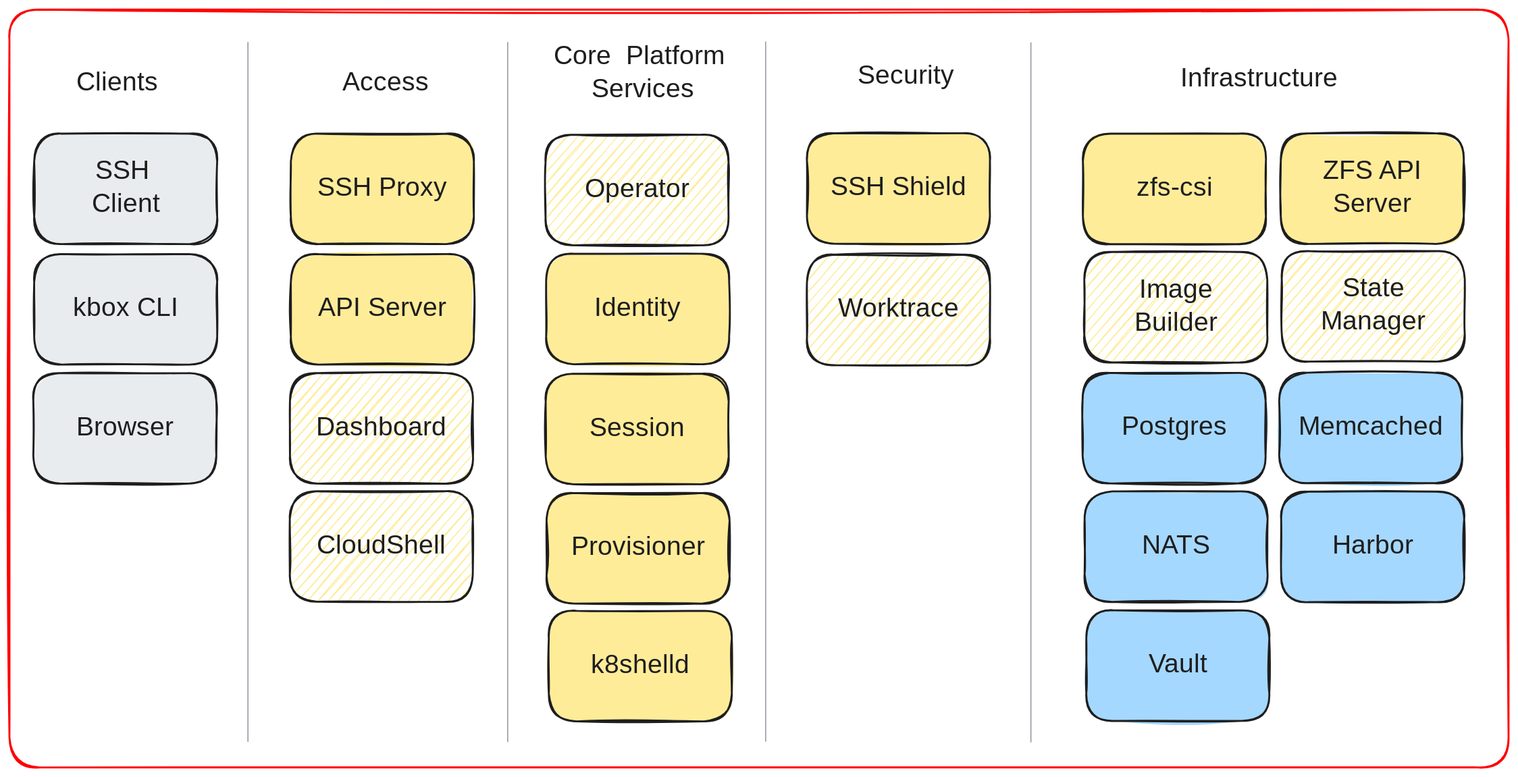
Earlier version of the Excalidraw export drawings/k8shell-architecture.excalidraw.svg (k8shell-io/docs). Source tidied: one line per element, renumbered; positions are measured from the earlier drawing's top-left corner, leaving out a move shared by most shapes.
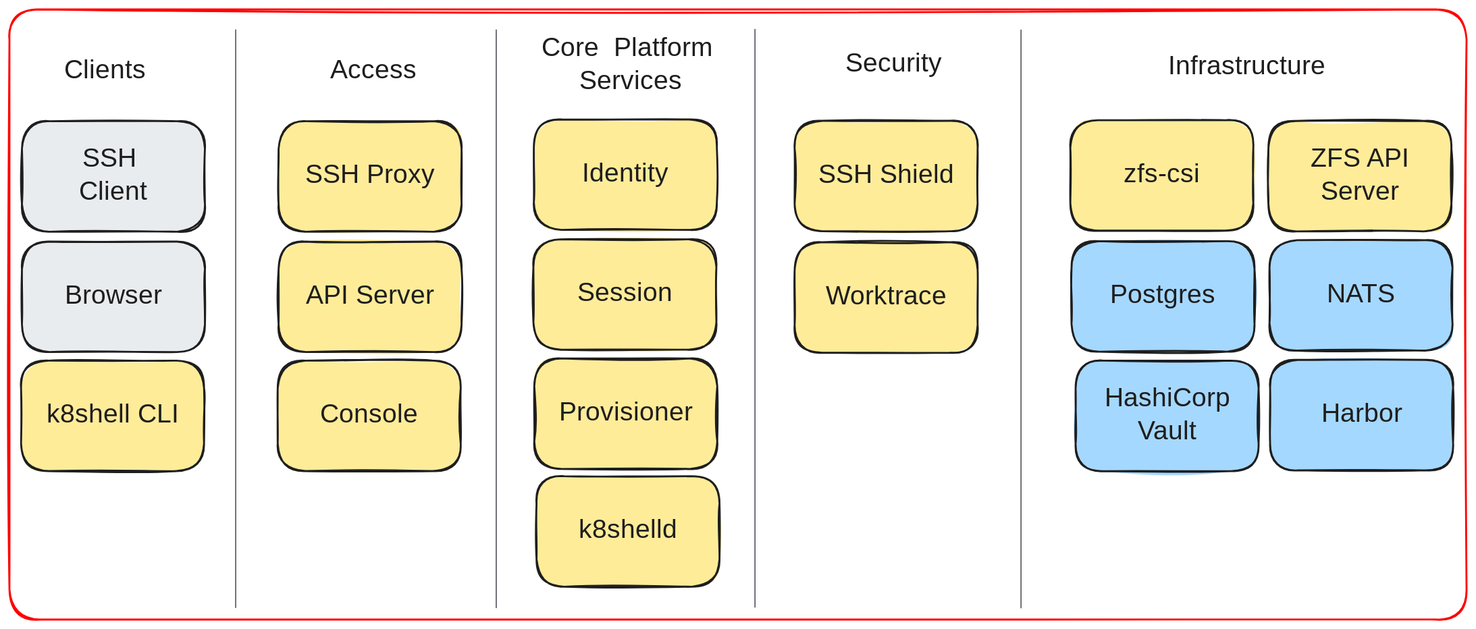
After the change.

Change to the diagram source:
```diff
@@ -1,56 +1,46 @@
-{"id": 0, "type": "rectangle", "strokeColor": "#1e1e1e", "backgroundColor": "#ffec99", "fillStyle": "hachure", "strokeWidth": 2, "roughness": 1, "round": true, "x": 297, "y": 385, "width": 194, "height": 117}
+{"id": 0, "type": "rectangle", "strokeColor": "#1e1e1e", "backgroundColor": "#ffec99", "fillStyle": "solid", "strokeWidth": 2, "roughness": 1, "round": true, "x": 297, "y": 385, "width": 194, "height": 117}
-{"id": 1, "type": "text", "text": "Dashboard", "strokeColor": "#1e1e1e", "strokeWidth": 2, "roughness": 1, "fontSize": 28, "fontFamily": 5, "textAlign": "center", "verticalAlign": "middle", "inside": 0, "x": 321, "y": 426, "width": 146, "height": 35}
+{"id": 1, "type": "text", "text": "Console", "strokeColor": "#1e1e1e", "strokeWidth": 2, "roughness": 1, "fontSize": 28, "fontFamily": 5, "textAlign": "center", "verticalAlign": "middle", "inside": 0, "x": 342, "y": 426, "width": 102, "height": 35}
-{"id": 2, "type": "rectangle", "strokeColor": "#1e1e1e", "backgroundColor": "#ffec99", "fillStyle": "solid", "strokeWidth": 2, "roughness": 1, "round": true, "x": 568, "y": 258, "width": 194, "height": 117}
+{"id": 2, "type": "rectangle", "strokeColor": "#1e1e1e", "backgroundColor": "#ffec99", "fillStyle": "solid", "strokeWidth": 2, "roughness": 1, "round": true, "x": 568, "y": 129, "width": 194, "height": 117}
-{"id": 3, "type": "text", "text": "Identity", "strokeColor": "#1e1e1e", "strokeWidth": 2, "roughness": 1, "fontSize": 28, "fontFamily": 5, "textAlign": "center", "verticalAlign": "middle", "inside": 2, "x": 607, "y": 299, "width": 115, "height": 35}
+{"id": 3, "type": "text", "text": "Identity", "strokeColor": "#1e1e1e", "strokeWidth": 2, "roughness": 1, "fontSize": 28, "fontFamily": 5, "textAlign": "center", "verticalAlign": "middle", "inside": 2, "x": 607, "y": 170, "width": 115, "height": 35}
 {"id": 4, "type": "rectangle", "strokeColor": "#1e1e1e", "backgroundColor": "#ffec99", "fillStyle": "solid", "strokeWidth": 2, "roughness": 1, "round": true, "x": 298, "y": 259, "width": 194, "height": 117}
 {"id": 5, "type": "text", "text": "API Server", "strokeColor": "#1e1e1e", "strokeWidth": 2, "roughness": 1, "fontSize": 28, "fontFamily": 5, "textAlign": "center", "verticalAlign": "middle", "inside": 4, "x": 319, "y": 300, "width": 150, "height": 35}
-{"id": 6, "type": "rectangle", "strokeColor": "#1e1e1e", "backgroundColor": "#ffec99", "fillStyle": "solid", "strokeWidth": 2, "roughness": 1, "round": true, "x": 568, "y": 512, "width": 194, "height": 117}
+{"id": 6, "type": "rectangle", "strokeColor": "#1e1e1e", "backgroundColor": "#ffec99", "fillStyle": "solid", "strokeWidth": 2, "roughness": 1, "round": true, "x": 568, "y": 382, "width": 194, "height": 117}
-{"id": 7, "type": "text", "text": "Provisioner", "strokeColor": "#1e1e1e", "strokeWidth": 2, "roughness": 1, "fontSize": 28, "fontFamily": 5, "textAlign": "center", "verticalAlign": "middle", "inside": 6, "x": 590, "y": 553, "width": 150, "height": 35}
+{"id": 7, "type": "text", "text": "Provisioner", "strokeColor": "#1e1e1e", "strokeWidth": 2, "roughness": 1, "fontSize": 28, "fontFamily": 5, "textAlign": "center", "verticalAlign": "middle", "inside": 6, "x": 590, "y": 423, "width": 150, "height": 35}
-{"id": 8, "type": "rectangle", "strokeColor": "#1e1e1e", "backgroundColor": "#ffec99", "fillStyle": "solid", "strokeWidth": 2, "roughness": 1, "round": true, "x": 567, "y": 385, "width": 194, "height": 117}
+{"id": 8, "type": "rectangle", "strokeColor": "#1e1e1e", "backgroundColor": "#ffec99", "fillStyle": "solid", "strokeWidth": 2, "roughness": 1, "round": true, "x": 567, "y": 256, "width": 194, "height": 117}
-{"id": 9, "type": "text", "text": "Session", "strokeColor": "#1e1e1e", "strokeWidth": 2, "roughness": 1, "fontSize": 28, "fontFamily": 5, "textAlign": "center", "verticalAlign": "middle", "inside": 8, "x": 614, "y": 426, "width": 101, "height": 35}
+{"id": 9, "type": "text", "text": "Session", "strokeColor": "#1e1e1e", "strokeWidth": 2, "roughness": 1, "fontSize": 28, "fontFamily": 5, "textAlign": "center", "verticalAlign": "middle", "inside": 8, "x": 614, "y": 297, "width": 101, "height": 35}
-{"id": 10, "type": "rectangle", "strokeColor": "#1e1e1e", "backgroundColor": "#ffec99", "fillStyle": "solid", "strokeWidth": 2, "roughness": 1, "round": true, "x": 1136, "y": 131, "width": 194, "height": 117}
+{"id": 10, "type": "rectangle", "strokeColor": "#1e1e1e", "backgroundColor": "#ffec99", "fillStyle": "solid", "strokeWidth": 2, "roughness": 1, "round": true, "x": 1135, "y": 130, "width": 194, "height": 117}
-{"id": 11, "type": "text", "text": "zfs-csi", "strokeColor": "#1e1e1e", "strokeWidth": 2, "roughness": 1, "fontSize": 28, "fontFamily": 5, "textAlign": "center", "verticalAlign": "middle", "inside": 10, "x": 1196, "y": 172, "width": 73, "height": 35}
+{"id": 11, "type": "text", "text": "zfs-csi", "strokeColor": "#1e1e1e", "strokeWidth": 2, "roughness": 1, "fontSize": 28, "fontFamily": 5, "textAlign": "center", "verticalAlign": "middle", "inside": 10, "x": 1196, "y": 171, "width": 73, "height": 35}
 {"id": 12, "type": "rectangle", "strokeColor": "#1e1e1e", "backgroundColor": "#ffec99", "fillStyle": "solid", "strokeWidth": 2, "roughness": 1, "round": true, "x": 1345, "y": 131, "width": 194, "height": 117}
 {"id": 13, "type": "text", "text": "ZFS API\nServer", "strokeColor": "#1e1e1e", "strokeWidth": 2, "roughness": 1, "fontSize": 28, "fontFamily": 5, "textAlign": "center", "verticalAlign": "middle", "inside": 12, "x": 1380, "y": 155, "width": 124, "height": 70}
-{"id": 14, "type": "rectangle", "strokeColor": "#1e1e1e", "backgroundColor": "#e9ecef", "fillStyle": "solid", "strokeWidth": 2, "roughness": 1, "round": true, "x": 25, "y": 385, "width": 194, "height": 117}
+{"id": 14, "type": "rectangle", "strokeColor": "#1e1e1e", "backgroundColor": "#ffec99", "fillStyle": "solid", "strokeWidth": 2, "roughness": 1, "round": true, "x": 25, "y": 385, "width": 194, "height": 117}
-{"id": 15, "type": "text", "text": "Browser", "strokeColor": "#1e1e1e", "strokeWidth": 2, "roughness": 1, "fontSize": 28, "fontFamily": 5, "textAlign": "center", "verticalAlign": "middle", "inside": 14, "x": 67, "y": 426, "width": 111, "height": 35}
+{"id": 15, "type": "text", "text": "k8shell CLI", "strokeColor": "#1e1e1e", "strokeWidth": 2, "roughness": 1, "fontSize": 28, "fontFamily": 5, "textAlign": "center", "verticalAlign": "middle", "inside": 14, "x": 47, "y": 426, "width": 151, "height": 35}
 {"id": 16, "type": "rectangle", "strokeColor": "#1e1e1e", "backgroundColor": "#e9ecef", "fillStyle": "solid", "strokeWidth": 2, "roughness": 1, "round": true, "x": 26, "y": 259, "width": 194, "height": 117}
-{"id": 17, "type": "text", "text": "kbox CLI", "strokeColor": "#1e1e1e", "strokeWidth": 2, "roughness": 1, "fontSize": 28, "fontFamily": 5, "textAlign": "center", "verticalAlign": "middle", "inside": 16, "x": 69, "y": 300, "width": 108, "height": 35}
+{"id": 17, "type": "text", "text": "Browser", "strokeColor": "#1e1e1e", "strokeWidth": 2, "roughness": 1, "fontSize": 28, "fontFamily": 5, "textAlign": "center", "verticalAlign": "middle", "inside": 16, "x": 68, "y": 300, "width": 111, "height": 35}
 {"id": 18, "type": "rectangle", "strokeColor": "#1e1e1e", "backgroundColor": "#ffec99", "fillStyle": "solid", "strokeWidth": 2, "roughness": 1, "round": true, "x": 298, "y": 131, "width": 194, "height": 117}
 {"id": 19, "type": "text", "text": "SSH Proxy", "strokeColor": "#1e1e1e", "strokeWidth": 2, "roughness": 1, "fontSize": 28, "fontFamily": 5, "textAlign": "center", "verticalAlign": "middle", "inside": 18, "x": 324, "y": 172, "width": 141, "height": 35}
 {"id": 20, "type": "rectangle", "strokeColor": "#1e1e1e", "backgroundColor": "#e9ecef", "fillStyle": "solid", "strokeWidth": 2, "roughness": 1, "round": true, "x": 26, "y": 131, "width": 194, "height": 117}
 {"id": 21, "type": "text", "text": "SSH \nClient", "strokeColor": "#1e1e1e", "strokeWidth": 2, "roughness": 1, "fontSize": 28, "fontFamily": 5, "textAlign": "center", "verticalAlign": "middle", "inside": 20, "x": 85, "y": 155, "width": 76, "height": 70}
-{"id": 22, "type": "rectangle", "strokeColor": "#1e1e1e", "backgroundColor": "#a5d8ff", "fillStyle": "solid", "strokeWidth": 2, "roughness": 1, "round": true, "x": 1343, "y": 384, "width": 194, "height": 117}
-{"id": 23, "type": "text", "text": "Memcached", "strokeColor": "#1e1e1e", "strokeWidth": 2, "roughness": 1, "fontSize": 28, "fontFamily": 5, "textAlign": "center", "verticalAlign": "middle", "inside": 22, "x": 1367, "y": 425, "width": 147, "height": 35}
-{"id": 24, "type": "rectangle", "strokeColor": "#1e1e1e", "backgroundColor": "#a5d8ff", "fillStyle": "solid", "strokeWidth": 2, "roughness": 1, "round": true, "x": 1138, "y": 510, "width": 194, "height": 117}
+{"id": 24, "type": "rectangle", "strokeColor": "#1e1e1e", "backgroundColor": "#a5d8ff", "fillStyle": "solid", "strokeWidth": 2, "roughness": 1, "round": true, "x": 1346, "y": 257, "width": 194, "height": 117}
-{"id": 25, "type": "text", "text": "NATS", "strokeColor": "#1e1e1e", "strokeWidth": 2, "roughness": 1, "fontSize": 28, "fontFamily": 5, "textAlign": "center", "verticalAlign": "middle", "inside": 24, "x": 1199, "y": 551, "width": 70, "height": 35}
+{"id": 25, "type": "text", "text": "NATS", "strokeColor": "#1e1e1e", "strokeWidth": 2, "roughness": 1, "fontSize": 28, "fontFamily": 5, "textAlign": "center", "verticalAlign": "middle", "inside": 24, "x": 1408, "y": 298, "width": 70, "height": 35}
-{"id": 26, "type": "rectangle", "strokeColor": "#1e1e1e", "backgroundColor": "#a5d8ff", "fillStyle": "solid", "strokeWidth": 2, "roughness": 1, "round": true, "x": 1135, "y": 384, "width": 194, "height": 117}
+{"id": 26, "type": "rectangle", "strokeColor": "#1e1e1e", "backgroundColor": "#a5d8ff", "fillStyle": "solid", "strokeWidth": 2, "roughness": 1, "round": true, "x": 1137, "y": 258, "width": 194, "height": 117}
-{"id": 27, "type": "text", "text": "Postgres", "strokeColor": "#1e1e1e", "strokeWidth": 2, "roughness": 1, "fontSize": 28, "fontFamily": 5, "textAlign": "center", "verticalAlign": "middle", "inside": 26, "x": 1171, "y": 425, "width": 123, "height": 35}
+{"id": 27, "type": "text", "text": "Postgres", "strokeColor": "#1e1e1e", "strokeWidth": 2, "roughness": 1, "fontSize": 28, "fontFamily": 5, "textAlign": "center", "verticalAlign": "middle", "inside": 26, "x": 1172, "y": 299, "width": 123, "height": 35}
 {"id": 28, "type": "rectangle", "strokeColor": "#1e1e1e", "backgroundColor": "#ffec99", "fillStyle": "solid", "strokeWidth": 2, "roughness": 1, "round": true, "x": 844, "y": 131, "width": 194, "height": 117}
 {"id": 29, "type": "text", "text": "SSH Shield", "strokeColor": "#1e1e1e", "strokeWidth": 2, "roughness": 1, "fontSize": 28, "fontFamily": 5, "textAlign": "center", "verticalAlign": "middle", "inside": 28, "x": 876, "y": 172, "width": 130, "height": 35}
 {"id": 30, "type": "text", "text": "Clients", "strokeColor": "#1e1e1e", "backgroundColor": "#ffec99", "fillStyle": "solid", "strokeWidth": 2, "roughness": 1, "fontSize": 28, "fontFamily": 5, "x": 71, "y": 61, "width": 91, "height": 35}
 {"id": 31, "type": "text", "text": "Access", "strokeColor": "#1e1e1e", "backgroundColor": "#ffec99", "fillStyle": "solid", "strokeWidth": 2, "roughness": 1, "fontSize": 28, "fontFamily": 5, "textAlign": "center", "x": 352, "y": 61, "width": 93, "height": 35}
-{"id": 32, "type": "text", "text": "Core  Platform \nServices", "strokeColor": "#1e1e1e", "backgroundColor": "#ffec99", "fillStyle": "solid", "strokeWidth": 2, "roughness": 1, "fontSize": 28, "fontFamily": 5, "textAlign": "center", "x": 564, "y": 33, "width": 212, "height": 70}
+{"id": 32, "type": "text", "text": "Core  Platform \nServices", "strokeColor": "#1e1e1e", "backgroundColor": "#ffec99", "fillStyle": "solid", "strokeWidth": 2, "roughness": 1, "fontSize": 28, "fontFamily": 5, "textAlign": "center", "x": 564, "y": 38, "width": 212, "height": 70}
 {"id": 33, "type": "text", "text": "Infrastructure", "strokeColor": "#1e1e1e", "backgroundColor": "#ffec99", "fillStyle": "solid", "strokeWidth": 2, "roughness": 1, "fontSize": 28, "fontFamily": 5, "textAlign": "center", "x": 1223, "y": 57, "width": 199, "height": 35}
-{"id": 34, "type": "line", "strokeColor": "#868e96", "backgroundColor": "#ffec99", "fillStyle": "solid", "strokeWidth": 1, "roughness": 0, "round": true, "x": 527, "y": 35, "width": 0, "height": 740, "points": [[0, 0], [0, 740]]}
+{"id": 34, "type": "line", "strokeColor": "#343a40", "backgroundColor": "#ffec99", "fillStyle": "solid", "strokeWidth": 1, "roughness": 0, "round": true, "x": 528, "y": 35, "width": 0, "height": 612, "points": [[0, 0], [0, 612]]}
-{"id": 35, "type": "rectangle", "strokeColor": "#1e1e1e", "backgroundColor": "#ffec99", "fillStyle": "hachure", "strokeWidth": 2, "roughness": 1, "round": true, "x": 844, "y": 259, "width": 194, "height": 117}
+{"id": 35, "type": "rectangle", "strokeColor": "#1e1e1e", "backgroundColor": "#ffec99", "fillStyle": "solid", "strokeWidth": 2, "roughness": 1, "round": true, "x": 844, "y": 259, "width": 194, "height": 117}
 {"id": 36, "type": "text", "text": "Worktrace", "strokeColor": "#1e1e1e", "strokeWidth": 2, "roughness": 1, "fontSize": 28, "fontFamily": 5, "textAlign": "center", "verticalAlign": "middle", "inside": 35, "x": 873, "y": 300, "width": 136, "height": 35}
 {"id": 37, "type": "text", "text": "Security", "strokeColor": "#1e1e1e", "backgroundColor": "#ffec99", "fillStyle": "solid", "strokeWidth": 2, "roughness": 1, "fontSize": 28, "fontFamily": 5, "textAlign": "center", "x": 893, "y": 54, "width": 111, "height": 35}
-{"id": 38, "type": "rectangle", "strokeColor": "#1e1e1e", "backgroundColor": "#ffec99", "fillStyle": "hachure", "strokeWidth": 2, "roughness": 1, "round": true, "x": 297, "y": 510, "width": 194, "height": 117}
-{"id": 39, "type": "text", "text": "CloudShell", "strokeColor": "#1e1e1e", "strokeWidth": 2, "roughness": 1, "fontSize": 28, "fontFamily": 5, "textAlign": "center", "verticalAlign": "middle", "inside": 38, "x": 326, "y": 551, "width": 134, "height": 35}
-{"id": 40, "type": "rectangle", "strokeColor": "#1e1e1e", "backgroundColor": "#ffec99", "fillStyle": "hachure", "strokeWidth": 2, "roughness": 1, "round": true, "x": 1137, "y": 256, "width": 194, "height": 117}
-{"id": 41, "type": "text", "text": "Image\nBuilder", "strokeColor": "#1e1e1e", "strokeWidth": 2, "roughness": 1, "fontSize": 28, "fontFamily": 5, "textAlign": "center", "verticalAlign": "middle", "inside": 40, "x": 1187, "y": 280, "width": 93, "height": 70}
-{"id": 42, "type": "line", "strokeColor": "#868e96", "backgroundColor": "#ffec99", "fillStyle": "solid", "strokeWidth": 1, "roughness": 0, "round": true, "x": 252, "y": 35, "width": 0, "height": 740, "points": [[0, 0], [0, 740]]}
+{"id": 42, "type": "line", "strokeColor": "#343a40", "backgroundColor": "#ffec99", "fillStyle": "solid", "strokeWidth": 1, "roughness": 0, "round": true, "x": 252, "y": 35, "width": 0, "height": 612, "points": [[0, 0], [0, 612]]}
-{"id": 43, "type": "line", "strokeColor": "#868e96", "backgroundColor": "#ffec99", "fillStyle": "solid", "strokeWidth": 1, "roughness": 0, "round": true, "x": 800, "y": 34, "width": 0, "height": 740, "points": [[0, 0], [0, 740]]}
+{"id": 43, "type": "line", "strokeColor": "#343a40", "backgroundColor": "#ffec99", "fillStyle": "solid", "strokeWidth": 1, "roughness": 0, "round": true, "x": 802, "y": 34, "width": 0, "height": 612, "points": [[0, 0], [0, 612]]}
-{"id": 44, "type": "line", "strokeColor": "#868e96", "backgroundColor": "#ffec99", "fillStyle": "solid", "strokeWidth": 1, "roughness": 0, "round": true, "x": 1081, "y": 35, "width": 0, "height": 740, "points": [[0, 0], [0, 740]]}
+{"id": 44, "type": "line", "strokeColor": "#343a40", "backgroundColor": "#ffec99", "fillStyle": "solid", "strokeWidth": 1, "roughness": 0, "round": true, "x": 1083, "y": 35, "width": 0, "height": 612, "points": [[0, 0], [0, 612]]}
-{"id": 45, "type": "rectangle", "strokeColor": "#1e1e1e", "backgroundColor": "#ffec99", "fillStyle": "hachure", "strokeWidth": 2, "roughness": 1, "round": true, "x": 567, "y": 132, "width": 194, "height": 117}
-{"id": 46, "type": "text", "text": "Operator", "strokeColor": "#1e1e1e", "strokeWidth": 2, "roughness": 1, "fontSize": 28, "fontFamily": 5, "textAlign": "center", "verticalAlign": "middle", "inside": 45, "x": 603, "y": 173, "width": 121, "height": 35}
-{"id": 47, "type": "rectangle", "strokeColor": "#1e1e1e", "backgroundColor": "#ffec99", "fillStyle": "hachure", "strokeWidth": 2, "roughness": 1, "round": true, "x": 1346, "y": 256, "width": 194, "height": 117}
-{"id": 48, "type": "text", "text": "State\nManager", "strokeColor": "#1e1e1e", "strokeWidth": 2, "roughness": 1, "fontSize": 28, "fontFamily": 5, "textAlign": "center", "verticalAlign": "middle", "inside": 47, "x": 1388, "y": 279, "width": 111, "height": 70}
-{"id": 49, "type": "rectangle", "strokeColor": "#ff0000", "strokeWidth": 2, "roughness": 1, "round": true, "x": 0, "y": 0, "width": 1586, "height": 802}
+{"id": 49, "type": "rectangle", "strokeColor": "#ff0000", "strokeWidth": 2, "roughness": 1, "round": true, "x": 13, "y": 13, "width": 1542, "height": 646}
-{"id": 50, "type": "rectangle", "strokeColor": "#1e1e1e", "backgroundColor": "#ffec99", "fillStyle": "solid", "strokeWidth": 2, "roughness": 1, "round": true, "x": 571, "y": 636, "width": 194, "height": 117}
+{"id": 50, "type": "rectangle", "strokeColor": "#1e1e1e", "backgroundColor": "#ffec99", "fillStyle": "solid", "strokeWidth": 2, "roughness": 1, "round": true, "x": 571, "y": 507, "width": 194, "height": 117}
-{"id": 51, "type": "text", "text": "k8shelld", "strokeColor": "#1e1e1e", "strokeWidth": 2, "roughness": 1, "fontSize": 28, "fontFamily": 5, "textAlign": "center", "verticalAlign": "middle", "inside": 50, "x": 613, "y": 677, "width": 108, "height": 35}
+{"id": 51, "type": "text", "text": "k8shelld", "strokeColor": "#1e1e1e", "strokeWidth": 2, "roughness": 1, "fontSize": 28, "fontFamily": 5, "textAlign": "center", "verticalAlign": "middle", "inside": 50, "x": 613, "y": 548, "width": 108, "height": 35}
-{"id": 52, "type": "rectangle", "strokeColor": "#1e1e1e", "backgroundColor": "#a5d8ff", "fillStyle": "solid", "strokeWidth": 2, "roughness": 1, "round": true, "x": 1346, "y": 510, "width": 194, "height": 117}
+{"id": 52, "type": "rectangle", "strokeColor": "#1e1e1e", "backgroundColor": "#a5d8ff", "fillStyle": "solid", "strokeWidth": 2, "roughness": 1, "round": true, "x": 1347, "y": 384, "width": 194, "height": 117}
-{"id": 53, "type": "text", "text": "Harbor", "strokeColor": "#1e1e1e", "strokeWidth": 2, "roughness": 1, "fontSize": 28, "fontFamily": 5, "textAlign": "center", "verticalAlign": "middle", "inside": 52, "x": 1399, "y": 551, "width": 88, "height": 35}
+{"id": 53, "type": "text", "text": "Harbor", "strokeColor": "#1e1e1e", "strokeWidth": 2, "roughness": 1, "fontSize": 28, "fontFamily": 5, "textAlign": "center", "verticalAlign": "middle", "inside": 52, "x": 1400, "y": 425, "width": 88, "height": 35}
-{"id": 54, "type": "rectangle", "strokeColor": "#1e1e1e", "backgroundColor": "#a5d8ff", "fillStyle": "solid", "strokeWidth": 2, "roughness": 1, "round": true, "x": 1139, "y": 636, "width": 194, "height": 117}
+{"id": 54, "type": "rectangle", "strokeColor": "#1e1e1e", "backgroundColor": "#a5d8ff", "fillStyle": "solid", "strokeWidth": 2, "roughness": 1, "round": true, "x": 1141, "y": 385, "width": 194, "height": 117}
-{"id": 55, "type": "text", "text": "Vault", "strokeColor": "#1e1e1e", "strokeWidth": 2, "roughness": 1, "fontSize": 28, "fontFamily": 5, "textAlign": "center", "verticalAlign": "middle", "inside": 54, "x": 1202, "y": 677, "width": 68, "height": 35}
+{"id": 55, "type": "text", "text": "HashiCorp\nVault", "strokeColor": "#1e1e1e", "strokeWidth": 2, "roughness": 1, "fontSize": 28, "fontFamily": 5, "textAlign": "center", "verticalAlign": "middle", "inside": 54, "x": 1172, "y": 408, "width": 131, "height": 70}
```
